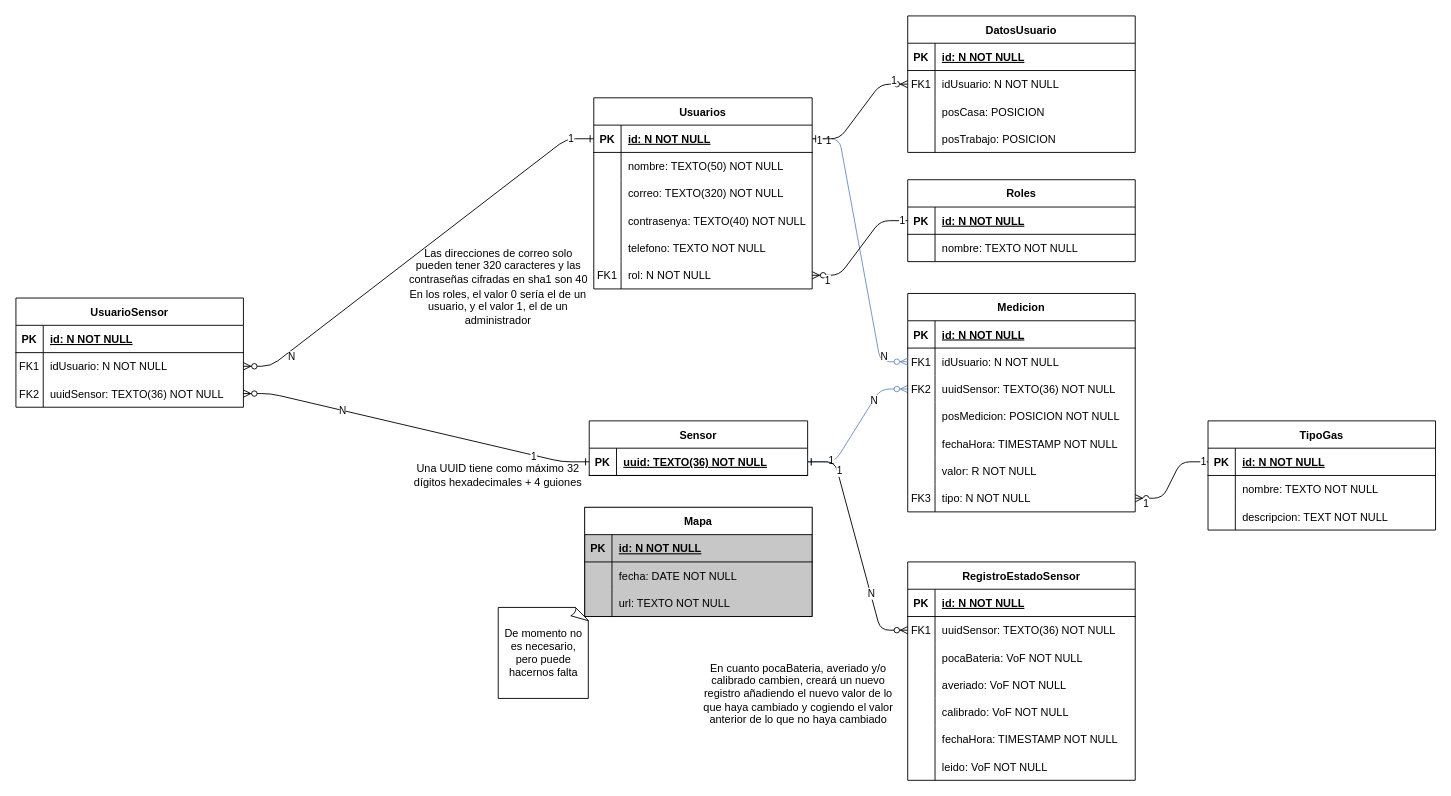
Before: doc/Base de datos.drawio in GTI-3A-Pure-Life/Pure-Life-WebApp, a draw.io diagram. Source tidied: cells renumbered, new cells numbered last; positions are measured from the earlier drawing's top-left corner, leaving out a move shared by most shapes. Both pictures are drawn from the tidied source at 91%, with x=0, y=0 at pixel (15, 15).
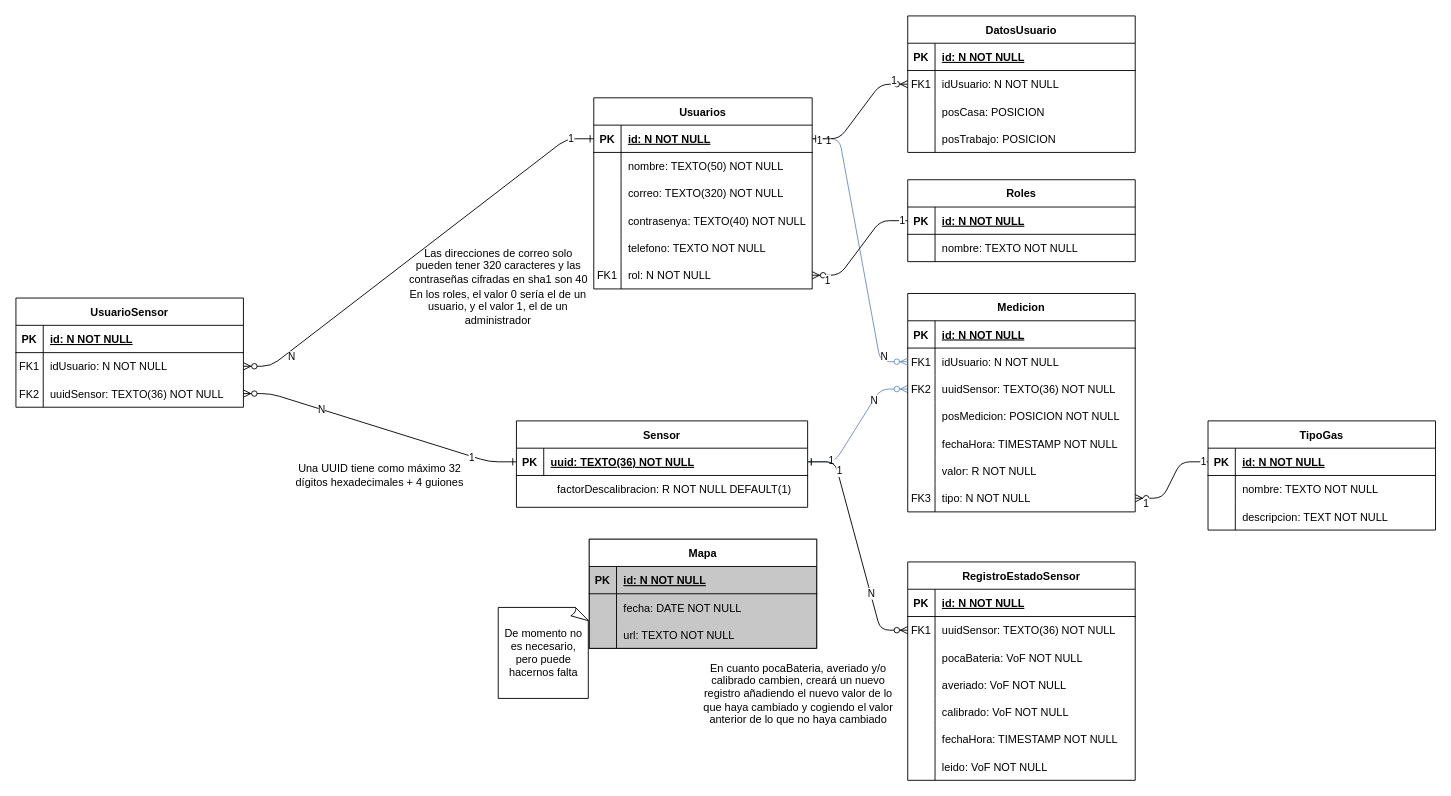
The same page after the edit.

Diff of the diagram source:
```diff
@@
     <mxCell id="23" value="Sensor" style="shape=table;startSize=30;childLayout=tableLayout;rowLines=0;fontStyle=1;align=center;" parent="1" vertex="1">
-      <mxGeometry x="630" y="445" width="240" height="60" as="geometry" />
+      <mxGeometry x="550" y="445" width="320" height="95" as="geometry" />
     </mxCell>
     <mxCell id="24" style="shape=partialRectangle;fillColor=none;points=[[0,0.5],[1,0.5]];portConstraint=eastwest;top=0;left=0;right=0;bottom=1;" parent="23" vertex="1">
-      <mxGeometry y="30" width="240" height="30" as="geometry" />
+      <mxGeometry y="30" width="320" height="30" as="geometry" />
     </mxCell>
@@
     <mxCell id="26" value="uuid: TEXTO(36) NOT NULL" style="shape=partialRectangle;overflow=hidden;fillColor=none;top=0;left=0;bottom=0;right=0;align=left;spacingLeft=6;fontStyle=5;" parent="24" vertex="1">
-      <mxGeometry x="30" width="210" height="30" as="geometry" />
+      <mxGeometry x="30" width="290" height="30" as="geometry" />
     </mxCell>
     <mxCell id="27" value="Una UUID tiene como máximo 32 dígitos hexadecimales + 4 guiones" style="text;html=1;strokeColor=none;fillColor=none;align=center;verticalAlign=middle;whiteSpace=wrap;rounded=0;" parent="1" vertex="1">
-      <mxGeometry x="430" y="490" width="200" height="30" as="geometry" />
+      <mxGeometry x="300" y="490" width="200" height="30" as="geometry" />
     </mxCell>
@@
     <mxCell id="101" style="group;fillColor=#C7C7C7;strokeColor=#666666;fontColor=#333333;" parent="1" vertex="1">
-      <mxGeometry x="625" y="540" width="250" height="120" as="geometry" />
+      <mxGeometry x="630" y="575" width="250" height="120" as="geometry" />
     </mxCell>
@@
+    <mxCell id="152" style="shape=partialRectangle;fillColor=none;top=0;left=0;bottom=0;right=0;" parent="1" vertex="1">
+      <mxGeometry x="550" y="505" width="310" height="30" as="geometry" />
+    </mxCell>
+    <mxCell id="153" style="shape=partialRectangle;fillColor=none;top=0;left=0;bottom=0;right=0;overflow=hidden;" parent="152" vertex="1">
+      <mxGeometry width="37.2" height="30" as="geometry" />
+    </mxCell>
+    <mxCell id="154" value="factorDescalibracion: R NOT NULL DEFAULT(1)" style="shape=partialRectangle;fillColor=none;top=0;left=0;bottom=0;right=0;align=left;spacingLeft=6;overflow=hidden;" parent="152" vertex="1">
+      <mxGeometry x="37.2" width="272.8" height="30" as="geometry" />
+    </mxCell>
```
